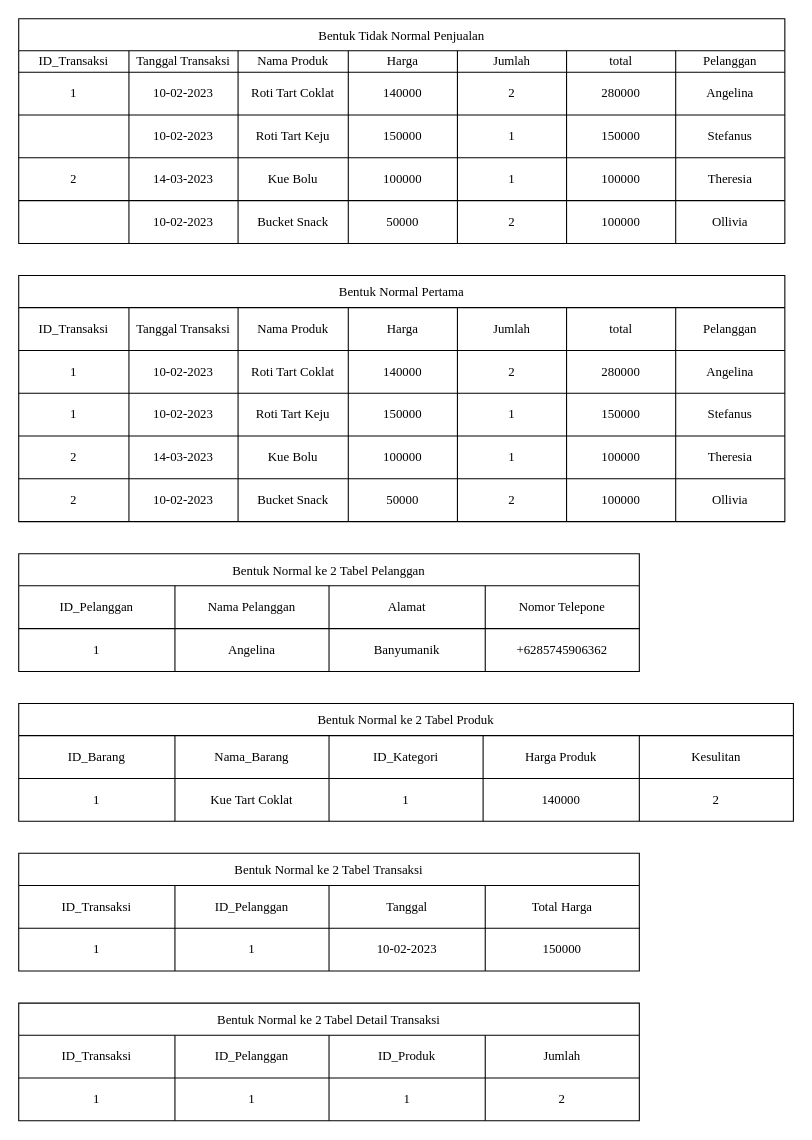
This is page "Halaman-14" (14 of 17) of TA.drawio from angelinahandini/TA, a draw.io file, before an edit. Source tidied: cells renumbered, new cells numbered last; positions are measured from the earlier drawing's top-left corner, leaving out a move shared by most shapes. Both pictures are drawn from the tidied source at 107%, with x=0, y=0 at pixel (18, 18).
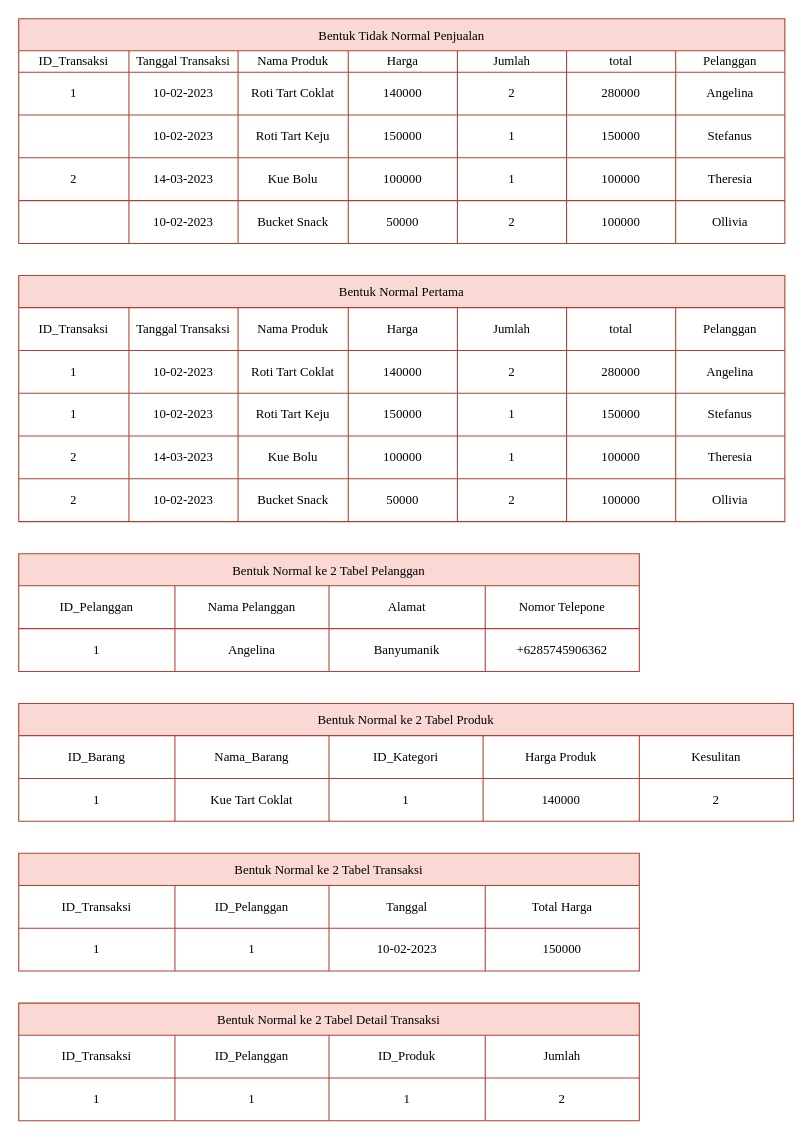
Above is the later version.

What changed in the source:
```diff
@@
-    <mxCell id="2" value="Bentuk Tidak Normal Penjualan" style="shape=table;startSize=30;childLayout=tableLayout;fontFamily=Times New Roman;" parent="1" vertex="1">
+    <mxCell id="2" value="Bentuk Tidak Normal Penjualan" style="shape=table;startSize=30;childLayout=tableLayout;fontFamily=Times New Roman;fillColor=#fad9d5;strokeColor=#ae4132;" parent="1" vertex="1">
       <mxGeometry width="716" height="210" as="geometry" />
     </mxCell>
@@
-    <mxCell id="43" value="Bentuk Normal Pertama" style="shape=table;startSize=30;childLayout=tableLayout;fontFamily=Times New Roman;" parent="1" vertex="1">
+    <mxCell id="43" value="Bentuk Normal Pertama" style="shape=table;startSize=30;childLayout=tableLayout;fontFamily=Times New Roman;fillColor=#fad9d5;strokeColor=#ae4132;" parent="1" vertex="1">
       <mxGeometry y="240" width="716" height="230" as="geometry" />
     </mxCell>
@@
-    <mxCell id="84" value="Bentuk Normal ke 2 Tabel Pelanggan" style="shape=table;startSize=30;childLayout=tableLayout;fontFamily=Times New Roman;" parent="1" vertex="1">
+    <mxCell id="84" value="Bentuk Normal ke 2 Tabel Pelanggan" style="shape=table;startSize=30;childLayout=tableLayout;fontFamily=Times New Roman;fillColor=#fad9d5;strokeColor=#ae4132;" parent="1" vertex="1">
       <mxGeometry y="500" width="580" height="110" as="geometry" />
     </mxCell>
@@
-    <mxCell id="95" value="Bentuk Normal ke 2 Tabel Produk" style="shape=table;startSize=30;childLayout=tableLayout;fontFamily=Times New Roman;" parent="1" vertex="1">
+    <mxCell id="95" value="Bentuk Normal ke 2 Tabel Produk" style="shape=table;startSize=30;childLayout=tableLayout;fontFamily=Times New Roman;fillColor=#fad9d5;strokeColor=#ae4132;" parent="1" vertex="1">
       <mxGeometry y="640" width="724" height="110" as="geometry" />
     </mxCell>
@@
-    <mxCell id="108" value="Bentuk Normal ke 2 Tabel Transaksi" style="shape=table;startSize=30;childLayout=tableLayout;fontFamily=Times New Roman;" parent="1" vertex="1">
+    <mxCell id="108" value="Bentuk Normal ke 2 Tabel Transaksi" style="shape=table;startSize=30;childLayout=tableLayout;fontFamily=Times New Roman;fillColor=#fad9d5;strokeColor=#ae4132;" parent="1" vertex="1">
       <mxGeometry y="780" width="580" height="110" as="geometry" />
     </mxCell>
@@
-    <mxCell id="119" value="Bentuk Normal ke 2 Tabel Detail Transaksi" style="shape=table;startSize=30;childLayout=tableLayout;fontFamily=Times New Roman;" parent="1" vertex="1">
+    <mxCell id="119" value="Bentuk Normal ke 2 Tabel Detail Transaksi" style="shape=table;startSize=30;childLayout=tableLayout;fontFamily=Times New Roman;fillColor=#fad9d5;strokeColor=#ae4132;" parent="1" vertex="1">
       <mxGeometry y="920" width="580" height="110" as="geometry" />
     </mxCell>
```
